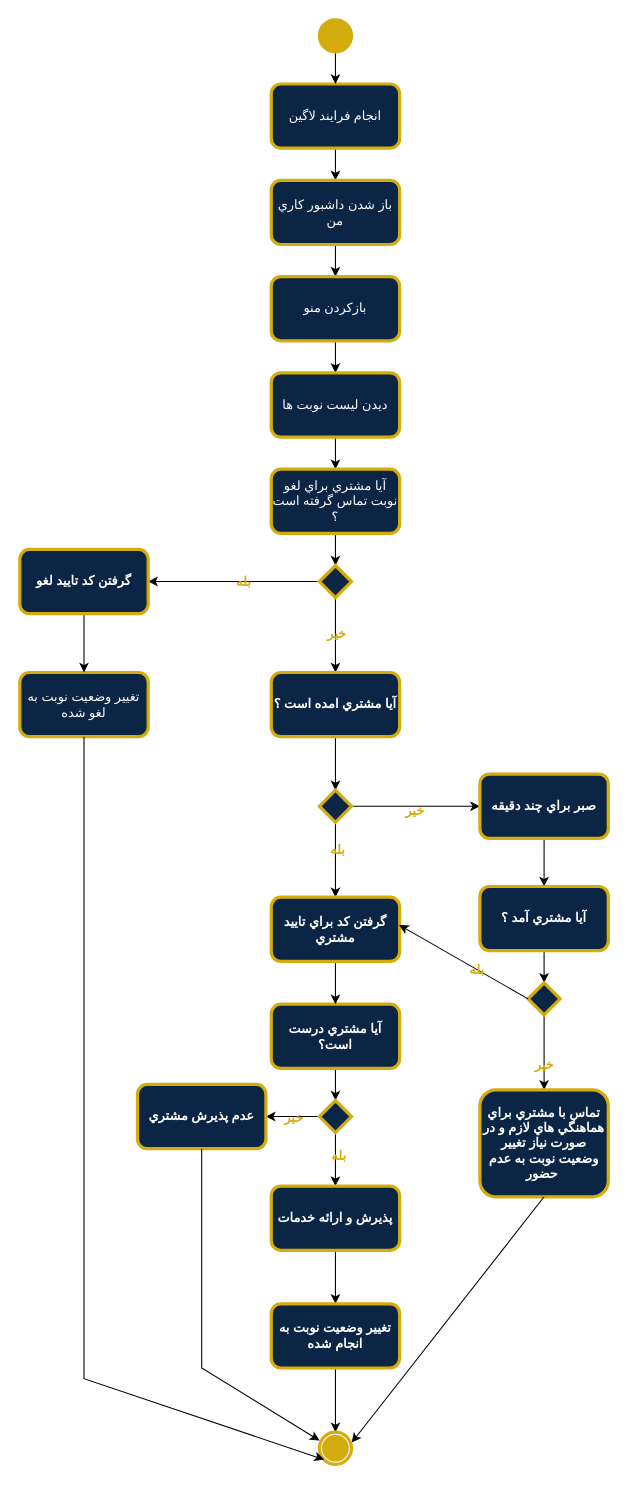
Earlier version of the draw.io diagram Documentation/Analysis/Modeling/Functional Models/Business Workers/BusinessWorkers-ActivityDiagram.drawio (TnT74K/Project-SAD). Source tidied: cells renumbered, new cells numbered last; positions are measured from the earlier drawing's top-left corner, leaving out a move shared by most shapes. Both pictures are drawn from the tidied source at 107%, with x=0, y=0 at pixel (19, 19).
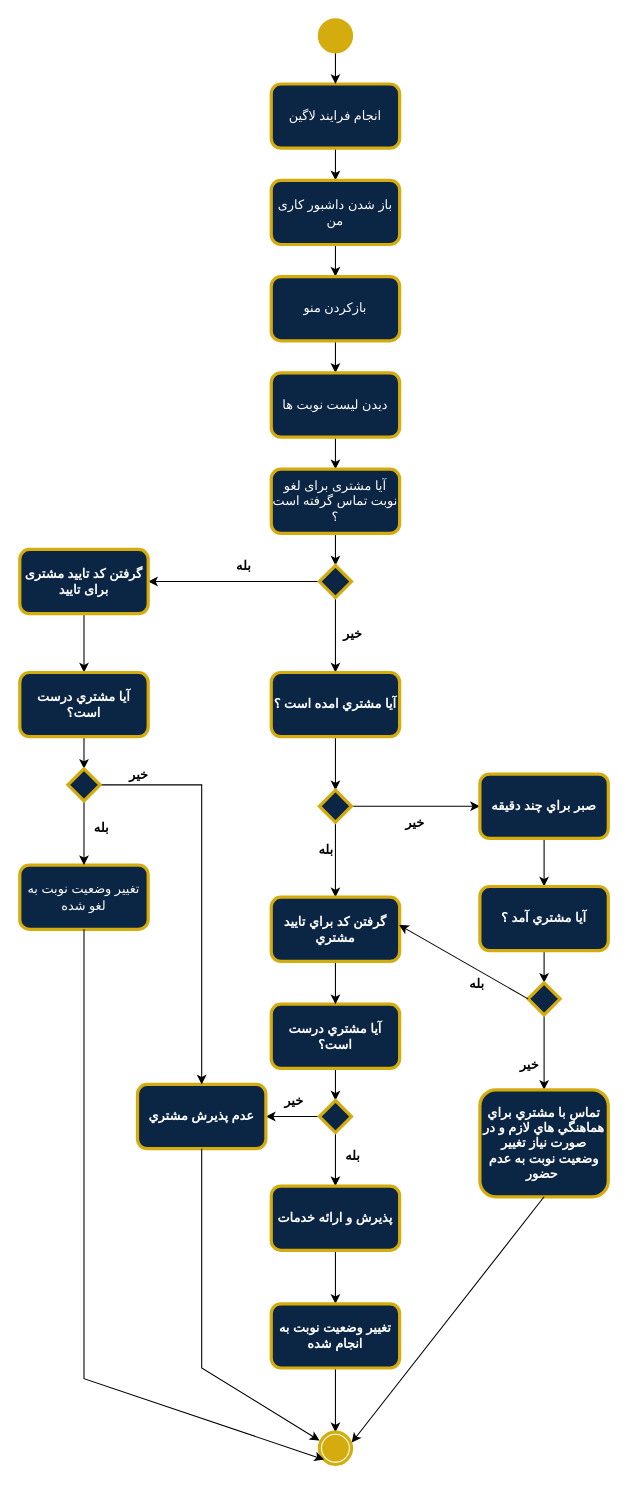
The same diagram, later.

Commit message (it also covers changes not shown here):
Update Business_Admin Activity Diagram; Update Customer Activity Diagram; Update Login Activity Diagram

The change refers to these unchanged cells:
```xml
<mxCell id="14" style="edgeStyle=orthogonalEdgeStyle;rounded=0;jettySize=auto;html=1;fontFamily=zain;fontSize=12;fontColor=light-dark(#FFFFFF,#FFFFFF);fontStyle=1;labelBackgroundColor=none;entryX=1;entryY=0.5;entryDx=0;entryDy=0;" parent="1" edge="1" source="18" target="21">
  <mxGeometry relative="1" as="geometry" />
</mxCell>
<mxCell id="16" style="edgeStyle=orthogonalEdgeStyle;rounded=0;jettySize=auto;html=1;fontFamily=zain;fontSize=12;fontColor=light-dark(#FFFFFF,#FFFFFF);fontStyle=1;labelBackgroundColor=none;" parent="1" edge="1" source="18" target="23">
  <mxGeometry relative="1" as="geometry" />
</mxCell>
<mxCell id="24" style="edgeStyle=orthogonalEdgeStyle;rounded=0;jettySize=auto;html=1;fontFamily=zain;fontSize=12;fontColor=light-dark(#FFFFFF,#FFFFFF);fontStyle=1;labelBackgroundColor=none;" parent="1" edge="1" source="28" target="32">
  <mxGeometry relative="1" as="geometry" />
</mxCell>
<mxCell id="26" style="edgeStyle=orthogonalEdgeStyle;rounded=0;jettySize=auto;html=1;fontFamily=zain;fontSize=12;fontColor=light-dark(#FFFFFF,#FFFFFF);fontStyle=1;labelBackgroundColor=none;" parent="1" edge="1" source="28" target="43">
  <mxGeometry relative="1" as="geometry" />
</mxCell>
<mxCell id="33" style="edgeStyle=orthogonalEdgeStyle;rounded=0;jettySize=auto;html=1;fontFamily=zain;fontSize=12;fontColor=light-dark(#FFFFFF,#FFFFFF);fontStyle=1;labelBackgroundColor=none;" parent="1" edge="1" source="37" target="39">
  <mxGeometry relative="1" as="geometry" />
</mxCell>
<mxCell id="35" style="edgeStyle=orthogonalEdgeStyle;rounded=0;jettySize=auto;html=1;fontFamily=zain;fontSize=12;fontColor=light-dark(#FFFFFF,#FFFFFF);fontStyle=1;labelBackgroundColor=none;" parent="1" edge="1" source="37" target="54">
  <mxGeometry relative="1" as="geometry" />
</mxCell>
<mxCell id="46" style="edgeStyle=orthogonalEdgeStyle;rounded=0;jettySize=auto;html=1;fontFamily=zain;fontSize=12;fontColor=light-dark(#FFFFFF,#FFFFFF);fontStyle=1;labelBackgroundColor=none;" parent="1" edge="1" source="48" target="51">
  <mxGeometry relative="1" as="geometry" />
</mxCell>
<mxCell id="49" style="endArrow=classic;html=1;rounded=0;fontFamily=zain;fontSize=12;fontColor=light-dark(#FFFFFF,#FFFFFF);fontStyle=1;labelBackgroundColor=none;exitX=0;exitY=0.5;exitDx=0;exitDy=0;entryX=0.996;entryY=0.433;entryDx=0;entryDy=0;entryPerimeter=0;" parent="1" edge="1" source="48" target="32">
  <mxGeometry relative="1" as="geometry" />
</mxCell>
<mxCell id="54" value="عدم پذيرش مشتري" style="rounded=1;whiteSpace=wrap;html=1;fontFamily=zain;fillColor=light-dark(#0B2545,#0B2545);strokeColor=light-dark(#D4AC0D,#D4AC0D);fontColor=light-dark(#FFFFFF,#FFFFFF);strokeWidth=3;fontStyle=1;labelBackgroundColor=none;" parent="1" vertex="1">
  <mxGeometry x="110" y="995" width="120" height="60" as="geometry" />
</mxCell>
```

Change to the diagram source:
```diff
@@
-    <mxCell id="7" value="&lt;span style=&quot;font-weight: 400;&quot;&gt;&lt;font&gt;باز شدن داشبور كاري من&lt;/font&gt;&lt;/span&gt;" style="rounded=1;whiteSpace=wrap;html=1;strokeColor=light-dark(#D4AC0D,#D4AC0D);strokeWidth=3;align=center;verticalAlign=middle;fontFamily=zain;fontSize=12;fontColor=light-dark(#FFFFFF,#FFFFFF);fontStyle=1;labelBackgroundColor=none;fillColor=light-dark(#0B2545,#0B2545);labelBorderColor=none;" parent="1" vertex="1">
+    <mxCell id="7" value="&lt;span style=&quot;font-weight: 400;&quot;&gt;&lt;font&gt;باز شدن داشبور كاری من&lt;/font&gt;&lt;/span&gt;" style="rounded=1;whiteSpace=wrap;html=1;strokeColor=light-dark(#D4AC0D,#D4AC0D);strokeWidth=3;align=center;verticalAlign=middle;fontFamily=zain;fontSize=12;fontColor=light-dark(#FFFFFF,#FFFFFF);fontStyle=1;labelBackgroundColor=none;fillColor=light-dark(#0B2545,#0B2545);labelBorderColor=none;" parent="1" vertex="1">
       <mxGeometry x="235" y="150" width="120" height="60" as="geometry" />
     </mxCell>
@@
-    <mxCell id="13" value="&lt;span style=&quot;font-weight: 400;&quot;&gt;آيا مشتري براي لغو نوبت تماس گرفته است ؟&lt;/span&gt;" style="rounded=1;whiteSpace=wrap;html=1;strokeColor=light-dark(#D4AC0D,#D4AC0D);strokeWidth=3;align=center;verticalAlign=middle;fontFamily=zain;fontSize=12;fontColor=light-dark(#FFFFFF,#FFFFFF);fontStyle=1;labelBackgroundColor=none;fillColor=light-dark(#0B2545,#0B2545);" parent="1" vertex="1">
+    <mxCell id="13" value="&lt;span style=&quot;font-weight: 400;&quot;&gt;آيا مشتری برای لغو نوبت تماس گرفته است ؟&lt;/span&gt;" style="rounded=1;whiteSpace=wrap;html=1;strokeColor=light-dark(#D4AC0D,#D4AC0D);strokeWidth=3;align=center;verticalAlign=middle;fontFamily=zain;fontSize=12;fontColor=light-dark(#FFFFFF,#FFFFFF);fontStyle=1;labelBackgroundColor=none;fillColor=light-dark(#0B2545,#0B2545);" parent="1" vertex="1">
       <mxGeometry x="235" y="420" width="120" height="60" as="geometry" />
     </mxCell>
@@
-    <mxCell id="15" value="&lt;font style=&quot;color: rgb(212, 172, 13);&quot;&gt;بله&lt;/font&gt;" style="edgeLabel;html=1;align=center;verticalAlign=middle;strokeColor=light-dark(#D4AC0D,#D4AC0D);strokeWidth=3;fontFamily=zain;fontSize=12;fontColor=light-dark(#FFFFFF,#FFFFFF);fontStyle=1;labelBackgroundColor=none;fillColor=light-dark(#0B2545,#0B2545);" parent="14" vertex="1">
-      <mxGeometry x="-0.1" relative="1" as="geometry" />
+    <mxCell id="15" value="&lt;font style=&quot;&quot;&gt;بله&lt;/font&gt;" style="edgeLabel;html=1;align=center;verticalAlign=middle;strokeColor=light-dark(#D4AC0D,#D4AC0D);strokeWidth=3;fontFamily=zain;fontSize=12;fontColor=light-dark(#000000,#FFFFFF);fontStyle=1;labelBackgroundColor=none;fillColor=light-dark(#0B2545,#0B2545);" parent="14" vertex="1">
+      <mxGeometry x="-0.1" relative="1" as="geometry">
+        <mxPoint y="-15" as="offset" />
+      </mxGeometry>
     </mxCell>
@@
-    <mxCell id="17" value="خير" style="edgeLabel;html=1;align=center;verticalAlign=middle;strokeColor=light-dark(#D4AC0D,#D4AC0D);strokeWidth=3;fontFamily=zain;fontSize=12;fontColor=light-dark(#D4AC0D,#FFFFFF);fontStyle=1;labelBackgroundColor=none;fillColor=light-dark(#0B2545,#0B2545);" parent="16" vertex="1">
-      <mxGeometry x="-0.07" relative="1" as="geometry" />
+    <mxCell id="17" value="&lt;font style=&quot;color: rgb(0, 0, 0);&quot;&gt;خير&lt;/font&gt;" style="edgeLabel;html=1;align=center;verticalAlign=middle;strokeColor=light-dark(#D4AC0D,#D4AC0D);strokeWidth=3;fontFamily=zain;fontSize=12;fontColor=light-dark(#D4AC0D,#FFFFFF);fontStyle=1;labelBackgroundColor=none;fillColor=light-dark(#0B2545,#0B2545);" parent="16" vertex="1">
+      <mxGeometry x="-0.07" relative="1" as="geometry">
+        <mxPoint x="15" as="offset" />
+      </mxGeometry>
     </mxCell>
@@
     <mxCell id="19" value="&lt;span style=&quot;font-weight: 400;&quot;&gt;تغيير وضعيت نوبت به لغو شده&lt;/span&gt;" style="rounded=1;whiteSpace=wrap;html=1;strokeColor=light-dark(#D4AC0D,#D4AC0D);strokeWidth=3;align=center;verticalAlign=middle;fontFamily=zain;fontSize=12;fontColor=light-dark(#FFFFFF,#FFFFFF);fontStyle=1;labelBackgroundColor=none;fillColor=light-dark(#0B2545,#0B2545);" parent="1" vertex="1">
-      <mxGeometry y="610" width="120" height="60" as="geometry" />
+      <mxGeometry y="790" width="120" height="60" as="geometry" />
     </mxCell>
-    <mxCell id="20" style="edgeStyle=orthogonalEdgeStyle;rounded=0;jettySize=auto;html=1;fontFamily=zain;fontSize=12;fontColor=light-dark(#FFFFFF,#FFFFFF);fontStyle=1;labelBackgroundColor=none;" parent="1" edge="1" source="21" target="19">
-      <mxGeometry relative="1" as="geometry" />
+    <mxCell id="20" style="edgeStyle=orthogonalEdgeStyle;rounded=0;jettySize=auto;html=1;fontFamily=zain;fontSize=12;fontColor=light-dark(#FFFFFF,#FFFFFF);fontStyle=1;labelBackgroundColor=none;entryX=0.5;entryY=0;entryDx=0;entryDy=0;" parent="1" edge="1" target="58">
+      <mxGeometry relative="1" as="geometry">
+        <mxPoint x="70" y="555" as="sourcePoint" />
+        <Array as="points">
+          <mxPoint x="60" y="555" />
+        </Array>
+      </mxGeometry>
     </mxCell>
-    <mxCell id="21" value="گرفتن كد تاييد لغو" style="rounded=1;whiteSpace=wrap;html=1;strokeColor=light-dark(#D4AC0D,#D4AC0D);strokeWidth=3;align=center;verticalAlign=middle;fontFamily=zain;fontSize=12;fontColor=light-dark(#FFFFFF,#FFFFFF);fontStyle=1;labelBackgroundColor=none;fillColor=light-dark(#0B2545,#0B2545);" parent="1" vertex="1">
+    <mxCell id="21" value="گرفتن كد تاييد مشتری برای تایید" style="rounded=1;whiteSpace=wrap;html=1;strokeColor=light-dark(#D4AC0D,#D4AC0D);strokeWidth=3;align=center;verticalAlign=middle;fontFamily=zain;fontSize=12;fontColor=light-dark(#FFFFFF,#FFFFFF);fontStyle=1;labelBackgroundColor=none;fillColor=light-dark(#0B2545,#0B2545);" parent="1" vertex="1">
       <mxGeometry y="495" width="120" height="60" as="geometry" />
     </mxCell>
@@
-    <mxCell id="25" value="بله" style="edgeLabel;html=1;align=center;verticalAlign=middle;strokeColor=light-dark(#D4AC0D,#D4AC0D);strokeWidth=3;fontFamily=zain;fontSize=12;fontColor=light-dark(#D4AC0D,#FFFFFF);fontStyle=1;labelBackgroundColor=none;fillColor=light-dark(#0B2545,#0B2545);" parent="24" vertex="1">
-      <mxGeometry x="-0.3" y="1" relative="1" as="geometry" />
+    <mxCell id="25" value="&lt;font style=&quot;color: rgb(0, 0, 0);&quot;&gt;بله&lt;/font&gt;" style="edgeLabel;html=1;align=center;verticalAlign=middle;strokeColor=light-dark(#D4AC0D,#D4AC0D);strokeWidth=3;fontFamily=zain;fontSize=12;fontColor=light-dark(#D4AC0D,#FFFFFF);fontStyle=1;labelBackgroundColor=none;fillColor=light-dark(#0B2545,#0B2545);" parent="24" vertex="1">
+      <mxGeometry x="-0.3" y="1" relative="1" as="geometry">
+        <mxPoint x="-11" as="offset" />
+      </mxGeometry>
     </mxCell>
@@
-    <mxCell id="27" value="خير" style="edgeLabel;html=1;align=center;verticalAlign=middle;strokeColor=light-dark(#D4AC0D,#D4AC0D);strokeWidth=3;fontFamily=zain;fontSize=12;fontColor=light-dark(#D4AC0D,#FFFFFF);fontStyle=1;labelBackgroundColor=none;fillColor=light-dark(#0B2545,#0B2545);" parent="26" vertex="1">
-      <mxGeometry x="-0.04" y="-4" relative="1" as="geometry" />
+    <mxCell id="27" value="&lt;font style=&quot;color: rgb(0, 0, 0);&quot;&gt;خير&lt;/font&gt;" style="edgeLabel;html=1;align=center;verticalAlign=middle;strokeColor=light-dark(#D4AC0D,#D4AC0D);strokeWidth=3;fontFamily=zain;fontSize=12;fontColor=light-dark(#D4AC0D,#FFFFFF);fontStyle=1;labelBackgroundColor=none;fillColor=light-dark(#0B2545,#0B2545);" parent="26" vertex="1">
+      <mxGeometry x="-0.04" y="-4" relative="1" as="geometry">
+        <mxPoint y="11" as="offset" />
+      </mxGeometry>
     </mxCell>
@@
-    <mxCell id="34" value="بله" style="edgeLabel;html=1;align=center;verticalAlign=middle;strokeColor=light-dark(#D4AC0D,#D4AC0D);strokeWidth=3;fontFamily=zain;fontSize=12;fontColor=light-dark(#D4AC0D,#FFFFFF);fontStyle=1;labelBackgroundColor=none;fillColor=light-dark(#0B2545,#0B2545);" parent="33" vertex="1">
-      <mxGeometry x="-0.16" y="2" relative="1" as="geometry" />
+    <mxCell id="34" value="بله" style="edgeLabel;html=1;align=center;verticalAlign=middle;strokeColor=light-dark(#D4AC0D,#D4AC0D);strokeWidth=3;fontFamily=zain;fontSize=12;fontColor=light-dark(#000000,#FFFFFF);fontStyle=1;labelBackgroundColor=none;fillColor=light-dark(#0B2545,#0B2545);" parent="33" vertex="1">
+      <mxGeometry x="-0.16" y="2" relative="1" as="geometry">
+        <mxPoint x="13" as="offset" />
+      </mxGeometry>
     </mxCell>
@@
-    <mxCell id="36" value="خير" style="edgeLabel;html=1;align=center;verticalAlign=middle;strokeColor=light-dark(#D4AC0D,#D4AC0D);strokeWidth=3;fontFamily=zain;fontSize=12;fontColor=light-dark(#D4AC0D,#FFFFFF);fontStyle=1;labelBackgroundColor=none;fillColor=light-dark(#0B2545,#0B2545);" parent="35" vertex="1">
-      <mxGeometry x="-0.02" y="1" relative="1" as="geometry" />
+    <mxCell id="36" value="خير" style="edgeLabel;html=1;align=center;verticalAlign=middle;strokeColor=light-dark(#D4AC0D,#D4AC0D);strokeWidth=3;fontFamily=zain;fontSize=12;fontColor=light-dark(#000000,#FFFFFF);fontStyle=1;labelBackgroundColor=none;fillColor=light-dark(#0B2545,#0B2545);" parent="35" vertex="1">
+      <mxGeometry x="-0.02" y="1" relative="1" as="geometry">
+        <mxPoint y="-16" as="offset" />
+      </mxGeometry>
     </mxCell>
@@
-    <mxCell id="47" value="&lt;font style=&quot;color: light-dark(rgb(212, 172, 13), rgb(255, 255, 255));&quot;&gt;خير&lt;/font&gt;" style="edgeLabel;html=1;align=center;verticalAlign=middle;strokeColor=light-dark(#D4AC0D,#D4AC0D);strokeWidth=3;fontFamily=zain;fontSize=12;fontColor=light-dark(#FFFFFF,#FFFFFF);fontStyle=1;labelBackgroundColor=none;fillColor=light-dark(#0B2545,#0B2545);" parent="46" vertex="1">
-      <mxGeometry x="0.3" y="-1" relative="1" as="geometry" />
+    <mxCell id="47" value="&lt;font style=&quot;&quot;&gt;خير&lt;/font&gt;" style="edgeLabel;html=1;align=center;verticalAlign=middle;strokeColor=light-dark(#D4AC0D,#D4AC0D);strokeWidth=3;fontFamily=zain;fontSize=12;fontColor=light-dark(#000000,#FFFFFF);fontStyle=1;labelBackgroundColor=none;fillColor=light-dark(#0B2545,#0B2545);" parent="46" vertex="1">
+      <mxGeometry x="0.3" y="-1" relative="1" as="geometry">
+        <mxPoint x="-14" as="offset" />
+      </mxGeometry>
     </mxCell>
@@
-    <mxCell id="50" value="بله" style="edgeLabel;html=1;align=center;verticalAlign=middle;strokeColor=light-dark(#D4AC0D,#D4AC0D);strokeWidth=3;fontFamily=zain;fontSize=12;fontColor=light-dark(#D4AC0D,#FFFFFF);fontStyle=1;labelBackgroundColor=none;fillColor=light-dark(#0B2545,#0B2545);" parent="49" vertex="1">
-      <mxGeometry x="-0.19" relative="1" as="geometry" />
+    <mxCell id="50" value="بله" style="edgeLabel;html=1;align=center;verticalAlign=middle;strokeColor=light-dark(#D4AC0D,#D4AC0D);strokeWidth=3;fontFamily=zain;fontSize=12;fontColor=light-dark(#000000,#FFFFFF);fontStyle=1;labelBackgroundColor=none;fillColor=light-dark(#0B2545,#0B2545);" parent="49" vertex="1">
+      <mxGeometry x="-0.19" relative="1" as="geometry">
+        <mxPoint y="13" as="offset" />
+      </mxGeometry>
     </mxCell>
@@
+    <mxCell id="57" style="edgeStyle=orthogonalEdgeStyle;rounded=0;jettySize=auto;html=1;fontFamily=zain;fontSize=12;fontColor=light-dark(#FFFFFF,#FFFFFF);fontStyle=1;labelBackgroundColor=none;" parent="1" edge="1" source="58" target="63">
+      <mxGeometry relative="1" as="geometry" />
+    </mxCell>
+    <mxCell id="58" value="آيا مشتري درست است؟" style="rounded=1;whiteSpace=wrap;html=1;strokeColor=light-dark(#D4AC0D,#D4AC0D);strokeWidth=3;align=center;verticalAlign=middle;fontFamily=zain;fontSize=12;fontColor=light-dark(#FFFFFF,#FFFFFF);fontStyle=1;labelBackgroundColor=none;fillColor=light-dark(#0B2545,#0B2545);" parent="1" vertex="1">
+      <mxGeometry y="610" width="120" height="60" as="geometry" />
+    </mxCell>
+    <mxCell id="59" style="edgeStyle=orthogonalEdgeStyle;rounded=0;jettySize=auto;html=1;fontFamily=zain;fontSize=12;fontColor=light-dark(#FFFFFF,#FFFFFF);fontStyle=1;labelBackgroundColor=none;entryX=0.5;entryY=0;entryDx=0;entryDy=0;" parent="1" edge="1" source="63" target="19">
+      <mxGeometry relative="1" as="geometry" />
+    </mxCell>
+    <mxCell id="60" value="بله" style="edgeLabel;html=1;align=center;verticalAlign=middle;strokeColor=light-dark(#D4AC0D,#D4AC0D);strokeWidth=3;fontFamily=zain;fontSize=12;fontColor=light-dark(#000000,#FFFFFF);fontStyle=1;labelBackgroundColor=none;fillColor=light-dark(#0B2545,#0B2545);" parent="59" vertex="1">
+      <mxGeometry x="-0.16" y="2" relative="1" as="geometry">
+        <mxPoint x="13" as="offset" />
+      </mxGeometry>
+    </mxCell>
+    <mxCell id="61" style="edgeStyle=orthogonalEdgeStyle;rounded=0;jettySize=auto;html=1;fontFamily=zain;fontSize=12;fontColor=light-dark(#FFFFFF,#FFFFFF);fontStyle=1;labelBackgroundColor=none;" parent="1" edge="1" source="63" target="54">
+      <mxGeometry relative="1" as="geometry" />
+    </mxCell>
+    <mxCell id="62" value="خير" style="edgeLabel;html=1;align=center;verticalAlign=middle;strokeColor=light-dark(#D4AC0D,#D4AC0D);strokeWidth=3;fontFamily=zain;fontSize=12;fontColor=light-dark(#000000,#FFFFFF);fontStyle=1;labelBackgroundColor=none;fillColor=light-dark(#0B2545,#0B2545);" parent="61" vertex="1">
+      <mxGeometry x="-0.02" y="1" relative="1" as="geometry">
+        <mxPoint x="-61" y="-99" as="offset" />
+      </mxGeometry>
+    </mxCell>
+    <mxCell id="63" style="rhombus;strokeColor=light-dark(#D4AC0D,#D4AC0D);strokeWidth=3;align=center;verticalAlign=middle;fontFamily=zain;fontSize=12;fontColor=light-dark(#FFFFFF,#FFFFFF);fontStyle=1;labelBackgroundColor=none;fillColor=light-dark(#0B2545,#0B2545);" parent="1" vertex="1">
+      <mxGeometry x="45" y="700" width="30" height="30" as="geometry" />
+    </mxCell>
```
